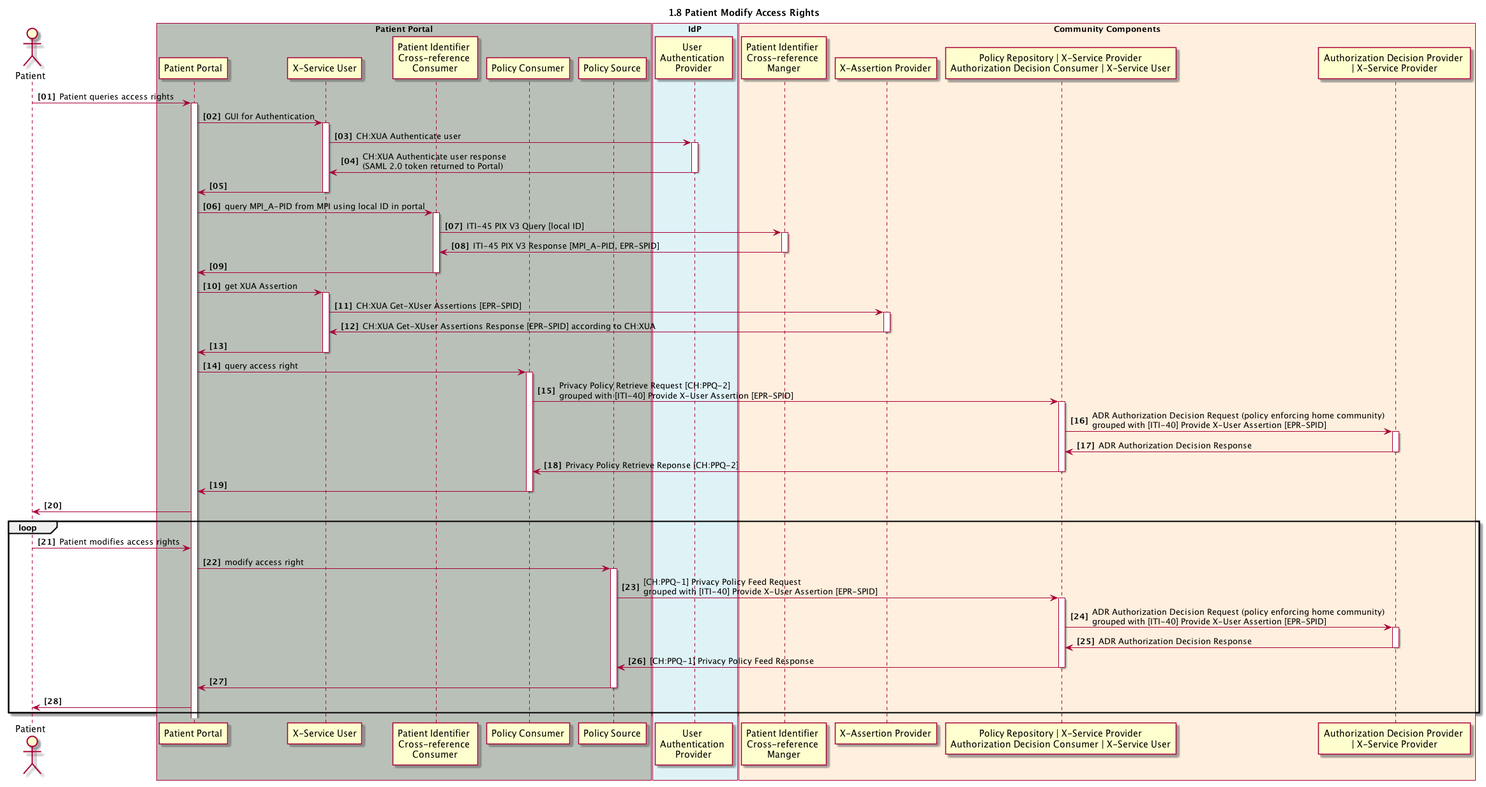
Above: 1_08_EPR_PatientModifyAccessRights.plantuml.png in ahdis/ch-epr-seqdiag (PlantUML), before the change.
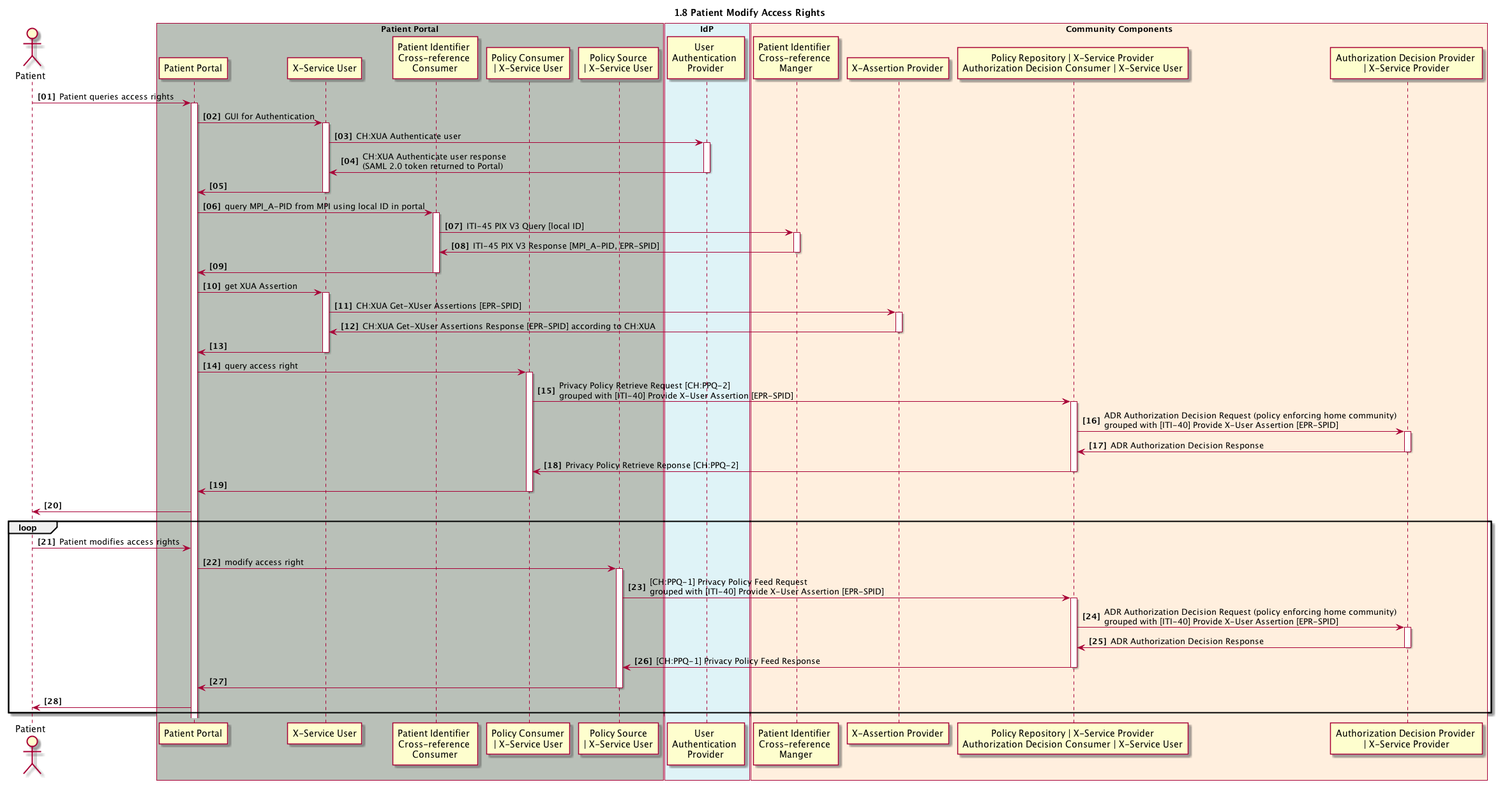
The same diagram one commit later.

What changed in the source:
```diff
@@ -9,8 +9,8 @@
 	participant pp_gui as "Patient Portal"
 	participant pp_x_service_user as "X-Service User"
 	participant pp_pix_x_ref_consumer as "Patient Identifier \nCross-reference \nConsumer"
-	participant pp_ppq_policy_consumer as "Policy Consumer"
-	participant pp_ppq_policy_source as "Policy Source"
+	participant pp_ppq_policy_consumer as "Policy Consumer\n| X-Service User"
+	participant pp_ppq_policy_source as "Policy Source\n| X-Service User"
 end box
 
 box "IdP" #DFF3F7
```
